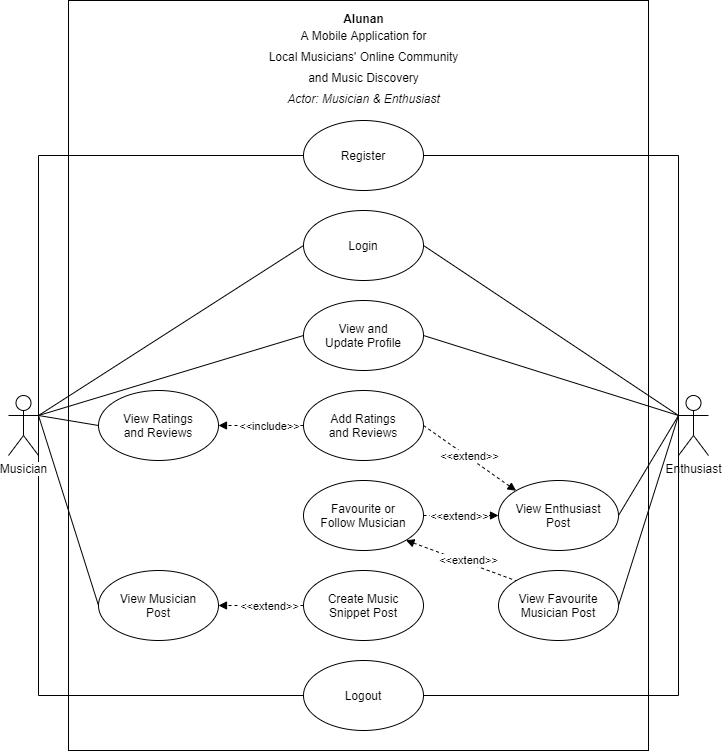
Earlier version of the draw.io export mainmatter/images/usecasemain.png (antideviant/CSP600). Source tidied: cells renumbered, new cells last; positions are measured from the earlier drawing's top-left corner, leaving out a move shared by most shapes. Its diagram source:
```xml
<mxGraphModel>
  <root>
    <mxCell id="0" />
    <mxCell id="1" parent="0" />
    <mxCell id="2" style="rounded=0;whiteSpace=wrap;html=1;" parent="1" vertex="1">
      <mxGeometry x="60" width="580" height="750" as="geometry" />
    </mxCell>
    <mxCell id="3" value="&lt;b&gt;Alunan&lt;br&gt;&lt;/b&gt;&lt;span id=&quot;docs-internal-guid-5a44408d-7fff-03ad-0386-46d1d4fdc667&quot;&gt;&lt;p dir=&quot;ltr&quot; style=&quot;line-height: 1.8 ; margin-top: 0pt ; margin-bottom: 0pt&quot;&gt;&lt;font face=&quot;Arial, sans-serif&quot;&gt;A Mobile Application for&lt;/font&gt;&lt;/p&gt;&lt;p dir=&quot;ltr&quot; style=&quot;line-height: 1.8 ; margin-top: 0pt ; margin-bottom: 0pt&quot;&gt;&lt;font face=&quot;Arial, sans-serif&quot;&gt;Local Musicians' Online Community&lt;/font&gt;&lt;/p&gt;&lt;p dir=&quot;ltr&quot; style=&quot;line-height: 1.8 ; margin-top: 0pt ; margin-bottom: 0pt&quot;&gt;&lt;font face=&quot;Arial, sans-serif&quot;&gt;and Music Discovery&lt;/font&gt;&lt;/p&gt;&lt;p dir=&quot;ltr&quot; style=&quot;line-height: 1.8 ; margin-top: 0pt ; margin-bottom: 0pt&quot;&gt;&lt;font face=&quot;Arial, sans-serif&quot;&gt;&lt;i&gt;Actor: Musician &amp;amp; Enthusiast&lt;/i&gt;&lt;/font&gt;&lt;/p&gt;&lt;/span&gt;" style="text;html=1;align=center;verticalAlign=middle;" parent="1" vertex="1">
      <mxGeometry x="250" y="10" width="210" height="100" as="geometry" />
    </mxCell>
    <mxCell id="4" style="rounded=0;jettySize=auto;html=1;exitX=1;exitY=0.3333333333333333;exitDx=0;exitDy=0;exitPerimeter=0;entryX=0;entryY=0.5;entryDx=0;entryDy=0;endArrow=none;endFill=0;" parent="1" edge="1" source="10" target="25">
      <mxGeometry relative="1" as="geometry" />
    </mxCell>
    <mxCell id="5" style="edgeStyle=orthogonalEdgeStyle;rounded=0;jettySize=auto;html=1;exitX=1;exitY=0.3333333333333333;exitDx=0;exitDy=0;exitPerimeter=0;entryX=0;entryY=0.5;entryDx=0;entryDy=0;endArrow=none;endFill=0;" parent="1" edge="1" source="10" target="14">
      <mxGeometry relative="1" as="geometry">
        <Array as="points">
          <mxPoint x="30" y="155" />
        </Array>
      </mxGeometry>
    </mxCell>
    <mxCell id="6" style="edgeStyle=none;rounded=0;jettySize=auto;html=1;exitX=1;exitY=0.3333333333333333;exitDx=0;exitDy=0;exitPerimeter=0;entryX=0;entryY=0.5;entryDx=0;entryDy=0;endArrow=none;endFill=0;" parent="1" edge="1" source="10" target="16">
      <mxGeometry relative="1" as="geometry" />
    </mxCell>
    <mxCell id="7" style="edgeStyle=none;rounded=0;jettySize=auto;html=1;exitX=1;exitY=0.3333333333333333;exitDx=0;exitDy=0;exitPerimeter=0;entryX=0;entryY=0.5;entryDx=0;entryDy=0;endArrow=none;endFill=0;" parent="1" edge="1" source="10" target="21">
      <mxGeometry relative="1" as="geometry" />
    </mxCell>
    <mxCell id="8" style="edgeStyle=none;rounded=0;jettySize=auto;html=1;exitX=1;exitY=0.3333333333333333;exitDx=0;exitDy=0;exitPerimeter=0;entryX=0;entryY=0.5;entryDx=0;entryDy=0;endArrow=none;endFill=0;" parent="1" edge="1" source="10" target="19">
      <mxGeometry relative="1" as="geometry" />
    </mxCell>
    <mxCell id="9" style="edgeStyle=orthogonalEdgeStyle;rounded=0;jettySize=auto;html=1;exitX=1;exitY=0.3333333333333333;exitDx=0;exitDy=0;exitPerimeter=0;entryX=0;entryY=0.5;entryDx=0;entryDy=0;endArrow=none;endFill=0;" parent="1" edge="1" source="10" target="18">
      <mxGeometry relative="1" as="geometry">
        <Array as="points">
          <mxPoint x="30" y="695" />
        </Array>
      </mxGeometry>
    </mxCell>
    <mxCell id="10" value="Musician" style="shape=umlActor;verticalLabelPosition=bottom;labelBackgroundColor=#ffffff;verticalAlign=top;html=1;outlineConnect=0;" parent="1" vertex="1">
      <mxGeometry y="395" width="30" height="60" as="geometry" />
    </mxCell>
    <mxCell id="11" style="edgeStyle=none;rounded=0;jettySize=auto;html=1;exitX=0;exitY=0.3333333333333333;exitDx=0;exitDy=0;exitPerimeter=0;entryX=1;entryY=0.5;entryDx=0;entryDy=0;endArrow=none;endFill=0;" parent="1" edge="1" source="12" target="38">
      <mxGeometry relative="1" as="geometry" />
    </mxCell>
    <mxCell id="12" value="Enthusiast" style="shape=umlActor;verticalLabelPosition=bottom;labelBackgroundColor=#ffffff;verticalAlign=top;html=1;outlineConnect=0;" parent="1" vertex="1">
      <mxGeometry x="670" y="395" width="30" height="60" as="geometry" />
    </mxCell>
    <mxCell id="13" style="edgeStyle=orthogonalEdgeStyle;rounded=0;jettySize=auto;html=1;exitX=1;exitY=0.5;exitDx=0;exitDy=0;entryX=0;entryY=0.3333333333333333;entryDx=0;entryDy=0;entryPerimeter=0;endArrow=none;endFill=0;" parent="1" edge="1" source="14" target="12">
      <mxGeometry relative="1" as="geometry">
        <Array as="points">
          <mxPoint x="670" y="155" />
        </Array>
      </mxGeometry>
    </mxCell>
    <mxCell id="14" value="Register" style="ellipse;whiteSpace=wrap;html=1;" parent="1" vertex="1">
      <mxGeometry x="295" y="120" width="120" height="70" as="geometry" />
    </mxCell>
    <mxCell id="15" style="edgeStyle=none;rounded=0;jettySize=auto;html=1;exitX=1;exitY=0.5;exitDx=0;exitDy=0;entryX=0;entryY=0.3333333333333333;entryDx=0;entryDy=0;entryPerimeter=0;endArrow=none;endFill=0;" parent="1" edge="1" source="16" target="12">
      <mxGeometry relative="1" as="geometry" />
    </mxCell>
    <mxCell id="16" value="Login" style="ellipse;whiteSpace=wrap;html=1;" parent="1" vertex="1">
      <mxGeometry x="295" y="210" width="120" height="70" as="geometry" />
    </mxCell>
    <mxCell id="17" style="edgeStyle=orthogonalEdgeStyle;rounded=0;jettySize=auto;html=1;exitX=1;exitY=0.5;exitDx=0;exitDy=0;entryX=0;entryY=0.3333333333333333;entryDx=0;entryDy=0;entryPerimeter=0;endArrow=none;endFill=0;" parent="1" edge="1" source="18" target="12">
      <mxGeometry relative="1" as="geometry">
        <Array as="points">
          <mxPoint x="670" y="695" />
        </Array>
      </mxGeometry>
    </mxCell>
    <mxCell id="18" value="Logout" style="ellipse;whiteSpace=wrap;html=1;" parent="1" vertex="1">
      <mxGeometry x="295" y="660" width="120" height="70" as="geometry" />
    </mxCell>
    <mxCell id="19" value="View Musician&lt;br&gt;Post" style="ellipse;whiteSpace=wrap;html=1;" parent="1" vertex="1">
      <mxGeometry x="90" y="570" width="120" height="70" as="geometry" />
    </mxCell>
    <mxCell id="20" style="edgeStyle=none;rounded=0;jettySize=auto;html=1;exitX=1;exitY=0.5;exitDx=0;exitDy=0;entryX=0;entryY=0.3333333333333333;entryDx=0;entryDy=0;entryPerimeter=0;endArrow=none;endFill=0;" parent="1" edge="1" source="21" target="12">
      <mxGeometry relative="1" as="geometry" />
    </mxCell>
    <mxCell id="21" value="View and&lt;br&gt;Update Profile" style="ellipse;whiteSpace=wrap;html=1;" parent="1" vertex="1">
      <mxGeometry x="295" y="300" width="120" height="70" as="geometry" />
    </mxCell>
    <mxCell id="22" style="edgeStyle=orthogonalEdgeStyle;rounded=0;jettySize=auto;html=1;exitX=0;exitY=0.5;exitDx=0;exitDy=0;entryX=1;entryY=0.5;entryDx=0;entryDy=0;endArrow=block;endFill=1;dashed=1;" parent="1" edge="1" source="24" target="19">
      <mxGeometry relative="1" as="geometry" />
    </mxCell>
    <mxCell id="23" value="&amp;lt;&amp;lt;extend&amp;gt;&amp;gt;" style="edgeLabel;html=1;align=center;verticalAlign=middle;" parent="22" vertex="1">
      <mxGeometry x="-0.22" relative="1" as="geometry">
        <mxPoint x="-1.7" as="offset" />
      </mxGeometry>
    </mxCell>
    <mxCell id="24" value="Create Music&lt;br&gt;Snippet Post" style="ellipse;whiteSpace=wrap;html=1;" parent="1" vertex="1">
      <mxGeometry x="295" y="570" width="120" height="70" as="geometry" />
    </mxCell>
    <mxCell id="25" value="View Ratings&lt;br&gt;and Reviews" style="ellipse;whiteSpace=wrap;html=1;" parent="1" vertex="1">
      <mxGeometry x="90" y="390" width="120" height="70" as="geometry" />
    </mxCell>
    <mxCell id="26" style="rounded=0;jettySize=auto;html=1;exitX=1;exitY=0.5;exitDx=0;exitDy=0;entryX=0;entryY=0;entryDx=0;entryDy=0;endArrow=block;endFill=1;dashed=1;" parent="1" edge="1" source="30" target="37">
      <mxGeometry relative="1" as="geometry" />
    </mxCell>
    <mxCell id="27" value="&amp;lt;&amp;lt;extend&amp;gt;&amp;gt;" style="edgeLabel;html=1;align=center;verticalAlign=middle;" parent="26" vertex="1">
      <mxGeometry x="-0.31" relative="1" as="geometry">
        <mxPoint x="13.3" y="7.6" as="offset" />
      </mxGeometry>
    </mxCell>
    <mxCell id="28" style="edgeStyle=none;rounded=0;jettySize=auto;html=1;exitX=0;exitY=0.5;exitDx=0;exitDy=0;entryX=1;entryY=0.5;entryDx=0;entryDy=0;endArrow=block;endFill=1;startArrow=none;startFill=0;dashed=1;" parent="1" edge="1" source="30" target="25">
      <mxGeometry relative="1" as="geometry" />
    </mxCell>
    <mxCell id="29" value="&amp;lt;&amp;lt;include&amp;gt;&amp;gt;" style="edgeLabel;html=1;align=center;verticalAlign=middle;" parent="28" vertex="1">
      <mxGeometry x="-0.19" y="-2" relative="1" as="geometry">
        <mxPoint y="2" as="offset" />
      </mxGeometry>
    </mxCell>
    <mxCell id="30" value="Add Ratings&lt;br&gt;and Reviews" style="ellipse;whiteSpace=wrap;html=1;" parent="1" vertex="1">
      <mxGeometry x="295" y="390" width="120" height="70" as="geometry" />
    </mxCell>
    <mxCell id="31" style="edgeStyle=orthogonalEdgeStyle;rounded=0;jettySize=auto;html=1;exitX=1;exitY=0.5;exitDx=0;exitDy=0;entryX=0;entryY=0.5;entryDx=0;entryDy=0;endArrow=block;endFill=1;dashed=1;" parent="1" edge="1" source="35" target="37">
      <mxGeometry relative="1" as="geometry" />
    </mxCell>
    <mxCell id="32" value="&amp;lt;&amp;lt;extend&amp;gt;&amp;gt;" style="edgeLabel;html=1;align=center;verticalAlign=middle;" parent="31" vertex="1">
      <mxGeometry x="-0.27" relative="1" as="geometry">
        <mxPoint x="7.4" as="offset" />
      </mxGeometry>
    </mxCell>
    <mxCell id="33" style="edgeStyle=none;rounded=0;jettySize=auto;html=1;exitX=1;exitY=1;exitDx=0;exitDy=0;entryX=0;entryY=0;entryDx=0;entryDy=0;endArrow=none;endFill=0;startArrow=block;startFill=1;dashed=1;" parent="1" edge="1" source="35" target="38">
      <mxGeometry relative="1" as="geometry" />
    </mxCell>
    <mxCell id="34" value="&amp;lt;&amp;lt;extend&amp;gt;&amp;gt;" style="edgeLabel;html=1;align=center;verticalAlign=middle;" parent="33" vertex="1">
      <mxGeometry x="0.13" relative="1" as="geometry">
        <mxPoint y="-2.7" as="offset" />
      </mxGeometry>
    </mxCell>
    <mxCell id="35" value="Favourite or&lt;br&gt;Follow Musician" style="ellipse;whiteSpace=wrap;html=1;" parent="1" vertex="1">
      <mxGeometry x="295" y="480" width="120" height="70" as="geometry" />
    </mxCell>
    <mxCell id="36" style="edgeStyle=none;rounded=0;jettySize=auto;html=1;exitX=1;exitY=0.5;exitDx=0;exitDy=0;entryX=0;entryY=0.3333333333333333;entryDx=0;entryDy=0;entryPerimeter=0;endArrow=none;endFill=0;" parent="1" edge="1" source="37" target="12">
      <mxGeometry relative="1" as="geometry" />
    </mxCell>
    <mxCell id="37" value="View Enthusiast&lt;br&gt;Post" style="ellipse;whiteSpace=wrap;html=1;" parent="1" vertex="1">
      <mxGeometry x="490" y="480" width="120" height="70" as="geometry" />
    </mxCell>
    <mxCell id="38" value="View Favourite&lt;br&gt;Musician Post" style="ellipse;whiteSpace=wrap;html=1;" parent="1" vertex="1">
      <mxGeometry x="490" y="570" width="120" height="70" as="geometry" />
    </mxCell>
  </root>
</mxGraphModel>
```
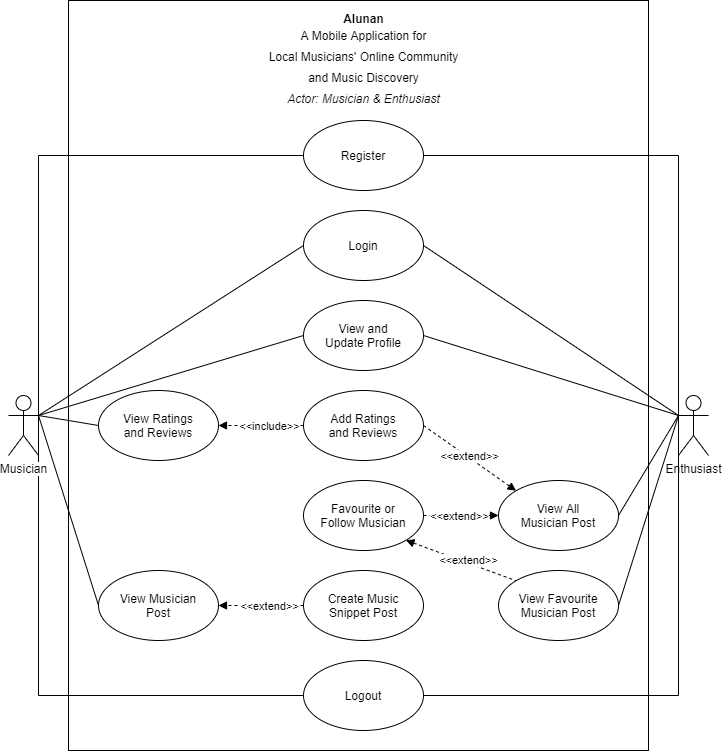
The same diagram one commit later.

Diff of the diagram source:
```diff
@@ -133,7 +133,7 @@
     <mxCell id="36" style="edgeStyle=none;rounded=0;jettySize=auto;html=1;exitX=1;exitY=0.5;exitDx=0;exitDy=0;entryX=0;entryY=0.3333333333333333;entryDx=0;entryDy=0;entryPerimeter=0;endArrow=none;endFill=0;" parent="1" edge="1" source="37" target="12">
       <mxGeometry relative="1" as="geometry" />
     </mxCell>
-    <mxCell id="37" value="View Enthusiast&lt;br&gt;Post" style="ellipse;whiteSpace=wrap;html=1;" parent="1" vertex="1">
+    <mxCell id="37" value="View All&lt;br&gt;Musician Post" style="ellipse;whiteSpace=wrap;html=1;" parent="1" vertex="1">
       <mxGeometry x="490" y="480" width="120" height="70" as="geometry" />
     </mxCell>
     <mxCell id="38" value="View Favourite&lt;br&gt;Musician Post" style="ellipse;whiteSpace=wrap;html=1;" parent="1" vertex="1">
```
